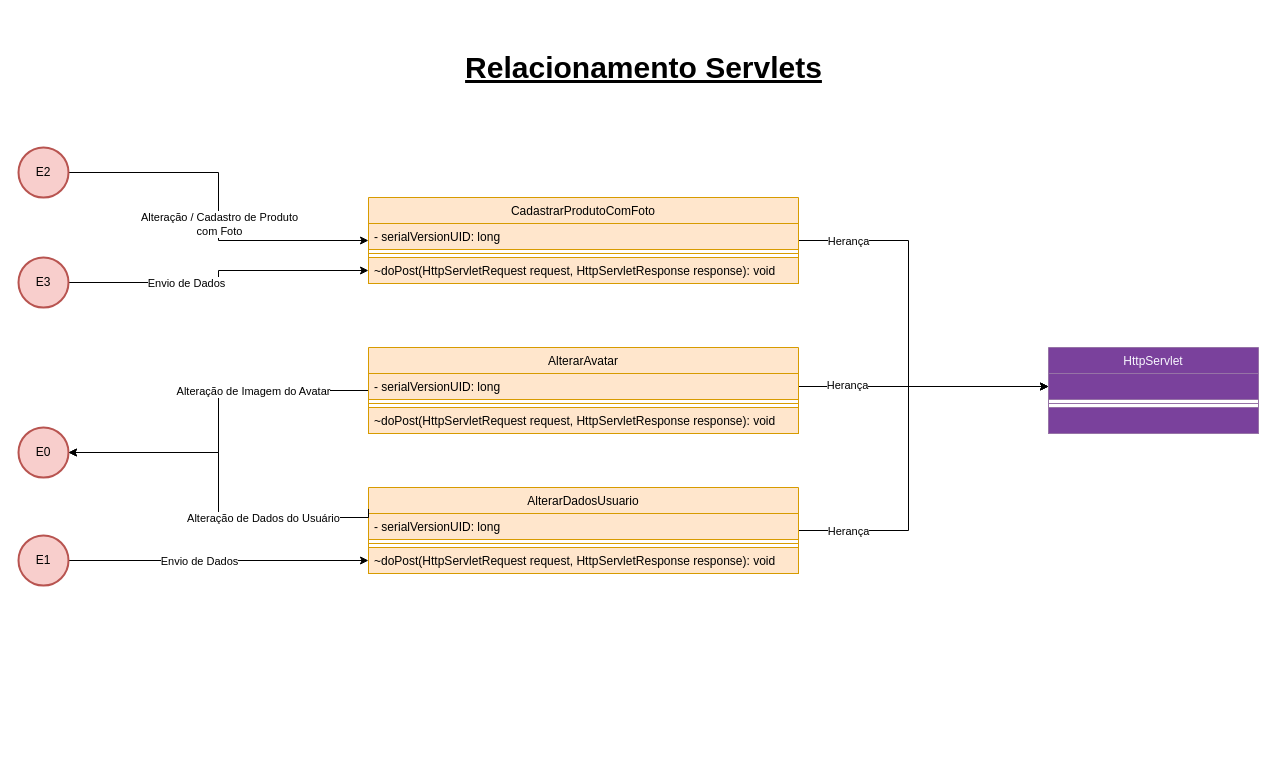
Earlier version of the draw.io diagram page "Relacionamento Servlets" (5 of 7) of TCC/Classes.drawio (CSFelix/UML). Source tidied: cells renumbered, new cells numbered last; positions are measured from the earlier drawing's top-left corner, leaving out a move shared by most shapes. Both pictures are drawn from the tidied source at 100%, with x=0, y=0 at pixel (18, 47).
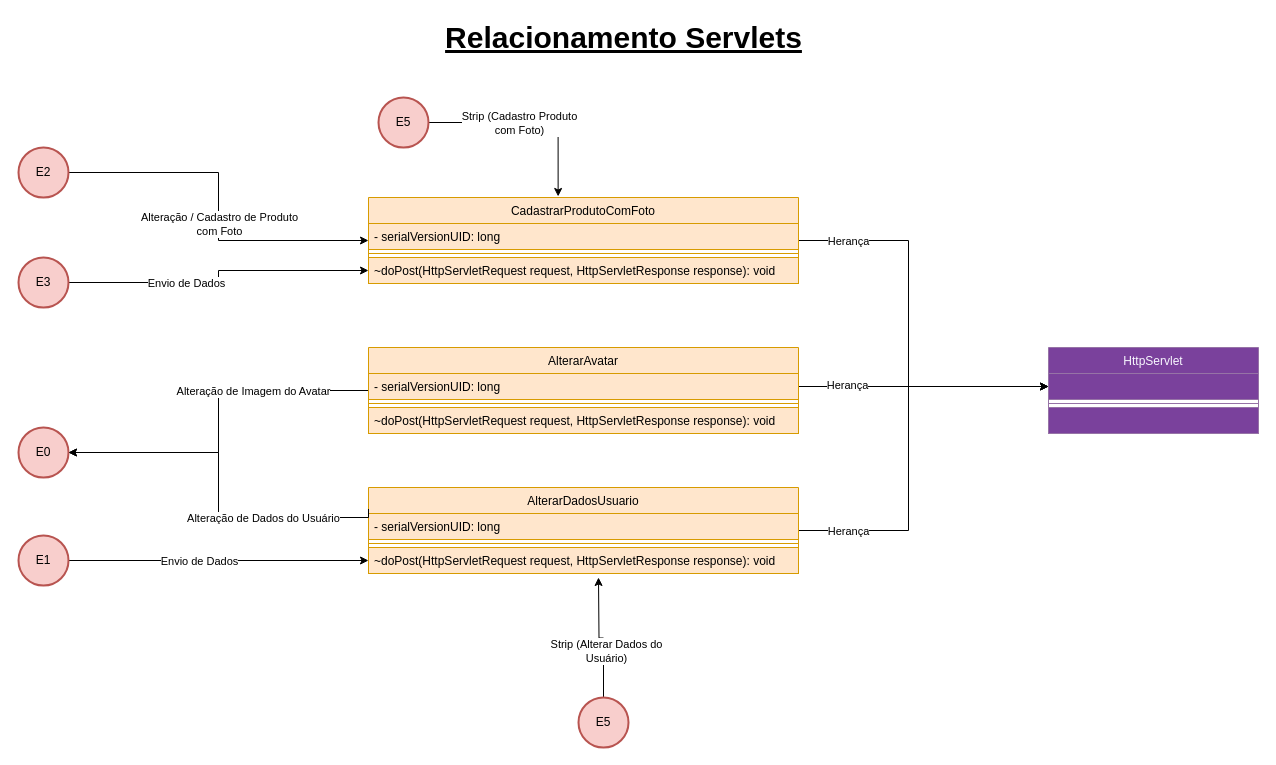
The same page after the edit.

Unchanged cells that the change refers to:
```xml
<mxCell id="5" value="CadastrarProdutoComFoto" style="swimlane;fontStyle=0;align=center;verticalAlign=top;horizontal=1;startSize=26;rounded=0;shadow=0;strokeWidth=1;fillColor=#ffe6cc;strokeColor=#d79b00;" parent="1" vertex="1">
  <mxGeometry x="350" y="150" width="430" height="86" as="geometry" />
</mxCell>
```

Change to the diagram source:
```diff
@@
     <mxCell id="2" value="Relacionamento Servlets" style="text;html=1;align=center;verticalAlign=middle;rounded=0;fontStyle=5;dashed=1;shadow=0;sketch=0;glass=0;fontSize=30;direction=west;rotation=0;" parent="1" vertex="1">
-      <mxGeometry x="440" width="370" height="40" as="geometry" />
+      <mxGeometry x="420" y="-30" width="370" height="40" as="geometry" />
     </mxCell>
@@
+    <mxCell id="39" style="edgeStyle=orthogonalEdgeStyle;rounded=0;jettySize=auto;html=1;" parent="1" edge="1" source="41">
+      <mxGeometry relative="1" as="geometry">
+        <mxPoint x="580" y="530" as="targetPoint" />
+      </mxGeometry>
+    </mxCell>
+    <mxCell id="40" value="Strip (Alterar Dados do&lt;br&gt;Usuário)" style="edgeLabel;html=1;align=center;verticalAlign=middle;" parent="39" vertex="1">
+      <mxGeometry x="-0.24" y="-2" relative="1" as="geometry" />
+    </mxCell>
+    <mxCell id="41" value="E5" style="strokeWidth=2;html=1;shape=mxgraph.flowchart.start_2;whiteSpace=wrap;fillColor=#f8cecc;strokeColor=#b85450;" parent="1" vertex="1">
+      <mxGeometry x="560" y="650" width="50" height="50" as="geometry" />
+    </mxCell>
+    <mxCell id="42" style="edgeStyle=orthogonalEdgeStyle;rounded=0;jettySize=auto;html=1;entryX=0.441;entryY=-0.012;entryDx=0;entryDy=0;entryPerimeter=0;exitX=1;exitY=0.5;exitDx=0;exitDy=0;exitPerimeter=0;" parent="1" edge="1" source="44" target="5">
+      <mxGeometry relative="1" as="geometry" />
+    </mxCell>
+    <mxCell id="43" value="Strip (Cadastro Produto&lt;br&gt;com Foto)" style="edgeLabel;html=1;align=center;verticalAlign=middle;" parent="42" vertex="1">
+      <mxGeometry x="-0.57" relative="1" as="geometry">
+        <mxPoint x="46" as="offset" />
+      </mxGeometry>
+    </mxCell>
+    <mxCell id="44" value="E5" style="strokeWidth=2;html=1;shape=mxgraph.flowchart.start_2;whiteSpace=wrap;fillColor=#f8cecc;strokeColor=#b85450;" parent="1" vertex="1">
+      <mxGeometry x="360" y="50" width="50" height="50" as="geometry" />
+    </mxCell>
```
